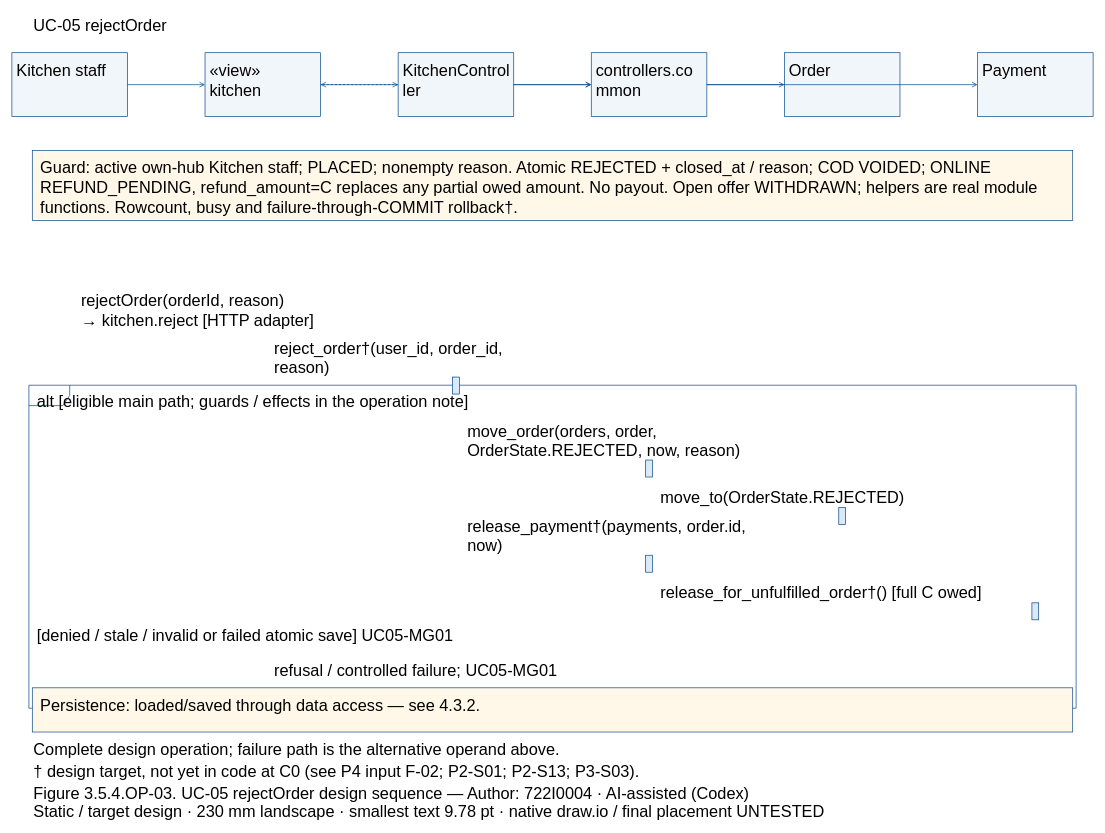
Dat071104/SaigonBite keeps this draw.io diagram as models/UC-05/seq_uc05_rejectOrder.drawio. Above is the earlier version. Source tidied: cells renumbered, new cells numbered last; positions are measured from the earlier drawing's top-left corner, leaving out a move shared by most shapes. Both pictures are drawn from the tidied source at 68%, with x=0, y=0 at pixel (12, 12).
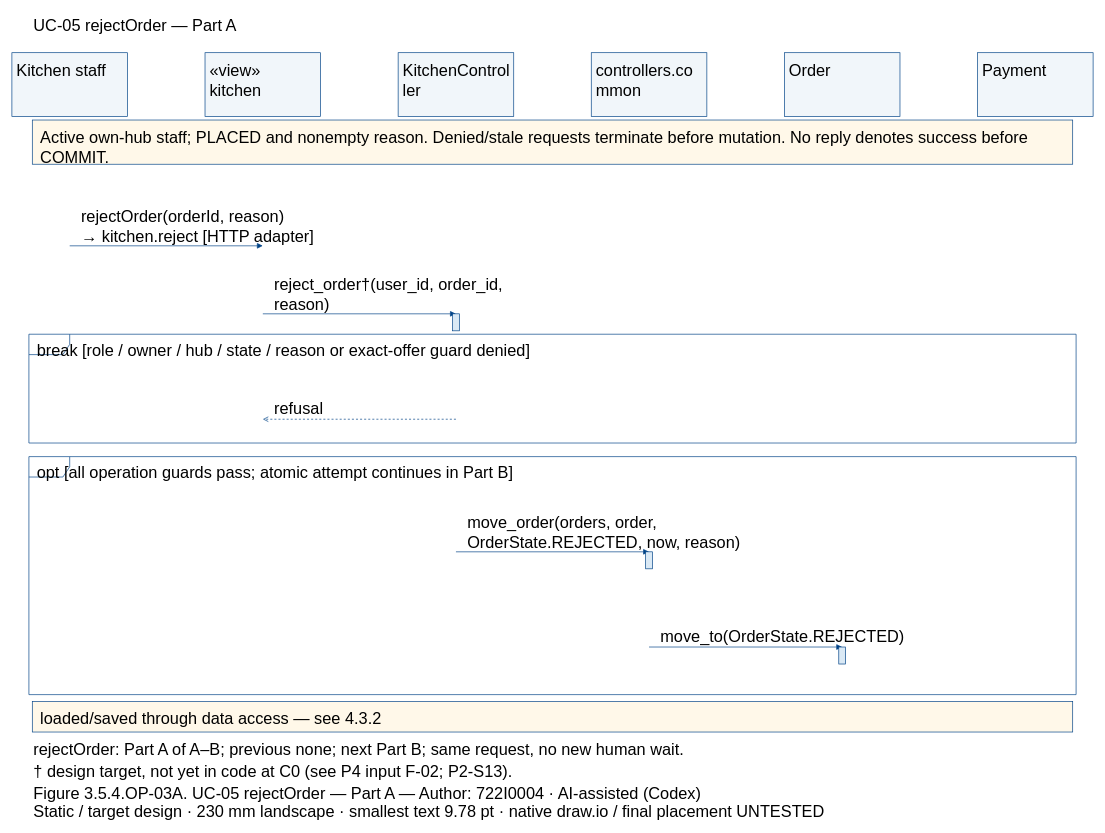
After the change.

The change refers to these unchanged cells:
```xml
<mxCell id="3" style="fillColor=#F1F6FA;strokeColor=#004387;fontFamily=Arial;fontSize=24;whiteSpace=wrap;html=0;" parent="1" vertex="1">
  <mxGeometry y="60" width="170" height="94" as="geometry" />
</mxCell>
<mxCell id="5" style="fillColor=#F1F6FA;strokeColor=#004387;fontFamily=Arial;fontSize=24;whiteSpace=wrap;html=0;" parent="1" vertex="1">
  <mxGeometry x="284" y="60" width="170" height="94" as="geometry" />
</mxCell>
<mxCell id="7" style="fillColor=#F1F6FA;strokeColor=#004387;fontFamily=Arial;fontSize=24;whiteSpace=wrap;html=0;" parent="1" vertex="1">
  <mxGeometry x="568" y="60" width="170" height="94" as="geometry" />
</mxCell>
<mxCell id="9" style="fillColor=#F1F6FA;strokeColor=#004387;fontFamily=Arial;fontSize=24;whiteSpace=wrap;html=0;" parent="1" vertex="1">
  <mxGeometry x="852" y="60" width="170" height="94" as="geometry" />
</mxCell>
<mxCell id="11" style="fillColor=#F1F6FA;strokeColor=#004387;fontFamily=Arial;fontSize=24;whiteSpace=wrap;html=0;" parent="1" vertex="1">
  <mxGeometry x="1136" y="60" width="170" height="94" as="geometry" />
</mxCell>
<mxCell id="13" style="fillColor=#F1F6FA;strokeColor=#004387;fontFamily=Arial;fontSize=24;whiteSpace=wrap;html=0;" parent="1" vertex="1">
  <mxGeometry x="1420" y="60" width="170" height="94" as="geometry" />
</mxCell>
```

Change to the diagram source:
```diff
@@
-    <mxCell id="2" value="UC-05 rejectOrder" style="text;align=left;verticalAlign=top;strokeColor=none;fillColor=none;fontFamily=Arial;fontSize=24;whiteSpace=wrap;html=0;" parent="1" vertex="1">
+    <mxCell id="2" value="UC-05 rejectOrder — Part A" style="text;align=left;verticalAlign=top;strokeColor=none;fillColor=none;fontFamily=Arial;fontSize=24;whiteSpace=wrap;html=0;" parent="1" vertex="1">
       <mxGeometry x="30" width="1530" height="32.2" as="geometry" />
     </mxCell>
@@
-    <mxCell id="15" style="fillColor=white;strokeColor=#004387;shape=umlFrame;fillColor=none;fontFamily=Arial;fontSize=24;whiteSpace=wrap;html=0;" parent="1" vertex="1">
-      <mxGeometry x="25" y="549" width="1540" height="475" as="geometry" />
-    </mxCell>
-    <mxCell id="16" value="alt [eligible main path; guards / effects in the operation note]" style="text;align=left;verticalAlign=top;strokeColor=none;fillColor=none;fontFamily=Arial;fontSize=24;whiteSpace=wrap;html=0;" parent="1" vertex="1">
-      <mxGeometry x="35" y="552" width="1520" height="27.6" as="geometry" />
-    </mxCell>
-    <mxCell id="17" value="[denied / stale / invalid or failed atomic save] UC05-MG01" style="text;align=left;verticalAlign=top;strokeColor=none;fillColor=none;fontFamily=Arial;fontSize=24;whiteSpace=wrap;html=0;" parent="1" vertex="1">
-      <mxGeometry x="35" y="897" width="1520" height="27.6" as="geometry" />
-    </mxCell>
-    <mxCell id="18" style="fillColor=#FFF8E9;strokeColor=#004387;fontFamily=Arial;fontSize=24;whiteSpace=wrap;html=0;" parent="1" vertex="1">
-      <mxGeometry x="30" y="204" width="1530" height="102.8" as="geometry" />
-    </mxCell>
-    <mxCell id="19" value="Guard: active own-hub Kitchen staff; PLACED; nonempty reason. Atomic REJECTED + closed_at / reason; COD VOIDED; ONLINE&#10;REFUND_PENDING, refund_amount=C replaces any partial owed amount. No payout. Open offer WITHDRAWN; helpers are real module&#10;functions. Rowcount, busy and failure-through-COMMIT rollback†." style="text;align=left;verticalAlign=top;strokeColor=none;fillColor=none;fontFamily=Arial;fontSize=24;whiteSpace=wrap;html=0;" parent="1" vertex="1">
-      <mxGeometry x="40" y="209" width="1510" height="82.8" as="geometry" />
-    </mxCell>
-    <mxCell id="20" style="fillColor=#FFF8E9;strokeColor=#004387;fontFamily=Arial;fontSize=24;whiteSpace=wrap;html=0;" parent="1" vertex="1">
-      <mxGeometry x="30" y="994" width="1530" height="65" as="geometry" />
-    </mxCell>
-    <mxCell id="21" value="Persistence: loaded/saved through data access — see 4.3.2." style="text;align=left;verticalAlign=top;strokeColor=none;fillColor=none;fontFamily=Arial;fontSize=24;whiteSpace=wrap;html=0;" parent="1" vertex="1">
-      <mxGeometry x="40" y="999" width="1510" height="27.6" as="geometry" />
-    </mxCell>
-    <mxCell id="22" style="edgeStyle=none;endArrow=open;strokeColor=#004387;" parent="1" edge="1" source="3" target="5">
-      <mxGeometry relative="1" as="geometry" />
-    </mxCell>
+    <mxCell id="45" style="fillColor=white;strokeColor=#004387;shape=umlFrame;fillColor=none;fontFamily=Arial;fontSize=24;whiteSpace=wrap;html=0;" parent="1" vertex="1">
+      <mxGeometry x="25" y="474" width="1540" height="160" as="geometry" />
+    </mxCell>
+    <mxCell id="46" value="break [role / owner / hub / state / reason or exact-offer guard denied]" style="text;align=left;verticalAlign=top;strokeColor=none;fillColor=none;fontFamily=Arial;fontSize=24;whiteSpace=wrap;html=0;" parent="1" vertex="1">
+      <mxGeometry x="35" y="477" width="1520" height="27.6" as="geometry" />
+    </mxCell>
+    <mxCell id="47" style="fillColor=white;strokeColor=#004387;shape=umlFrame;fillColor=none;fontFamily=Arial;fontSize=24;whiteSpace=wrap;html=0;" parent="1" vertex="1">
+      <mxGeometry x="25" y="654" width="1540" height="350" as="geometry" />
+    </mxCell>
+    <mxCell id="48" value="opt [all operation guards pass; atomic attempt continues in Part B]" style="text;align=left;verticalAlign=top;strokeColor=none;fillColor=none;fontFamily=Arial;fontSize=24;whiteSpace=wrap;html=0;" parent="1" vertex="1">
+      <mxGeometry x="35" y="657" width="1520" height="27.6" as="geometry" />
+    </mxCell>
+    <mxCell id="49" style="fillColor=#FFF8E9;strokeColor=#004387;fontFamily=Arial;fontSize=24;whiteSpace=wrap;html=0;" parent="1" vertex="1">
+      <mxGeometry x="30" y="159" width="1530" height="65" as="geometry" />
+    </mxCell>
+    <mxCell id="50" value="Active own-hub staff; PLACED and nonempty reason. Denied/stale requests terminate before mutation. No reply denotes success before&#10;COMMIT." style="text;align=left;verticalAlign=top;strokeColor=none;fillColor=none;fontFamily=Arial;fontSize=24;whiteSpace=wrap;html=0;" parent="1" vertex="1">
+      <mxGeometry x="40" y="164" width="1510" height="55.2" as="geometry" />
+    </mxCell>
+    <mxCell id="51" style="fillColor=#FFF8E9;strokeColor=#004387;fontFamily=Arial;fontSize=24;whiteSpace=wrap;html=0;" parent="1" vertex="1">
+      <mxGeometry x="30" y="1014" width="1530" height="45" as="geometry" />
+    </mxCell>
+    <mxCell id="52" value="loaded/saved through data access — see 4.3.2" style="text;align=left;verticalAlign=top;strokeColor=none;fillColor=none;fontFamily=Arial;fontSize=24;whiteSpace=wrap;html=0;" parent="1" vertex="1">
+      <mxGeometry x="40" y="1019" width="1510" height="27.6" as="geometry" />
+    </mxCell>
+    <mxCell id="53" style="opacity=0;strokeColor=none;fillColor=none;fontFamily=Arial;fontSize=24;whiteSpace=wrap;html=0;" parent="1" vertex="1">
+      <mxGeometry x="84.5" y="343.5" width="1" height="1" as="geometry" />
+    </mxCell>
+    <mxCell id="54" style="opacity=0;strokeColor=none;fillColor=none;fontFamily=Arial;fontSize=24;whiteSpace=wrap;html=0;" parent="1" vertex="1">
+      <mxGeometry x="368.5" y="343.5" width="1" height="1" as="geometry" />
+    </mxCell>
+    <mxCell id="55" style="edgeStyle=none;endArrow=block;endFill=1;strokeColor=#004387;exitX=0.5;exitY=0.5;exitPerimeter=0;entryX=0.5;entryY=0.5;entryPerimeter=0;" parent="1" edge="1" source="53" target="54">
+      <mxGeometry relative="1" as="geometry" />
+    </mxCell>
     <mxCell id="23" value="rejectOrder(orderId, reason)&#10;→ kitchen.reject [HTTP adapter]" style="text;align=left;verticalAlign=top;strokeColor=none;fillColor=none;fontFamily=Arial;fontSize=24;whiteSpace=wrap;html=0;" parent="1" vertex="1">
-      <mxGeometry x="100" y="403.8" width="420" height="55.2" as="geometry" />
+      <mxGeometry x="100" y="280.8" width="420" height="55.2" as="geometry" />
     </mxCell>
-    <mxCell id="24" style="edgeStyle=none;endArrow=open;strokeColor=#004387;" parent="1" edge="1" source="5" target="7">
-      <mxGeometry relative="1" as="geometry" />
-    </mxCell>
+    <mxCell id="56" style="opacity=0;strokeColor=none;fillColor=none;fontFamily=Arial;fontSize=24;whiteSpace=wrap;html=0;" parent="1" vertex="1">
+      <mxGeometry x="368.5" y="443.5" width="1" height="1" as="geometry" />
+    </mxCell>
+    <mxCell id="57" style="opacity=0;strokeColor=none;fillColor=none;fontFamily=Arial;fontSize=24;whiteSpace=wrap;html=0;" parent="1" vertex="1">
+      <mxGeometry x="652.5" y="443.5" width="1" height="1" as="geometry" />
+    </mxCell>
+    <mxCell id="58" style="edgeStyle=none;endArrow=block;endFill=1;strokeColor=#004387;exitX=0.5;exitY=0.5;exitPerimeter=0;entryX=0.5;entryY=0.5;entryPerimeter=0;" parent="1" edge="1" source="56" target="57">
+      <mxGeometry relative="1" as="geometry" />
+    </mxCell>
     <mxCell id="25" value="reject_order†(user_id, order_id,&#10;reason)" style="text;align=left;verticalAlign=top;strokeColor=none;fillColor=none;fontFamily=Arial;fontSize=24;whiteSpace=wrap;html=0;" parent="1" vertex="1">
-      <mxGeometry x="384" y="473.8" width="420" height="55.2" as="geometry" />
+      <mxGeometry x="384" y="380.8" width="420" height="55.2" as="geometry" />
     </mxCell>
-    <mxCell id="26" style="fillColor=#DAE9F5;strokeColor=#004387;fontFamily=Arial;fontSize=24;whiteSpace=wrap;html=0;" parent="1" vertex="1">
-      <mxGeometry x="648" y="537" width="10" height="25" as="geometry" />
-    </mxCell>
-    <mxCell id="27" style="edgeStyle=none;endArrow=open;strokeColor=#004387;" parent="1" edge="1" source="7" target="9">
-      <mxGeometry relative="1" as="geometry" />
-    </mxCell>
+    <mxCell id="59" style="fillColor=#DAE9F5;strokeColor=#004387;fontFamily=Arial;fontSize=24;whiteSpace=wrap;html=0;" parent="1" vertex="1">
+      <mxGeometry x="648" y="444" width="10" height="25" as="geometry" />
+    </mxCell>
+    <mxCell id="60" style="opacity=0;strokeColor=none;fillColor=none;fontFamily=Arial;fontSize=24;whiteSpace=wrap;html=0;" parent="1" vertex="1">
+      <mxGeometry x="652.5" y="598.5" width="1" height="1" as="geometry" />
+    </mxCell>
+    <mxCell id="61" style="opacity=0;strokeColor=none;fillColor=none;fontFamily=Arial;fontSize=24;whiteSpace=wrap;html=0;" parent="1" vertex="1">
+      <mxGeometry x="368.5" y="598.5" width="1" height="1" as="geometry" />
+    </mxCell>
+    <mxCell id="62" style="edgeStyle=none;endArrow=open;endFill=0;dashed=1;strokeColor=#004387;exitX=0.5;exitY=0.5;exitPerimeter=0;entryX=0.5;entryY=0.5;entryPerimeter=0;" parent="1" edge="1" source="60" target="61">
+      <mxGeometry relative="1" as="geometry" />
+    </mxCell>
+    <mxCell id="63" value="refusal" style="text;align=left;verticalAlign=top;strokeColor=none;fillColor=none;fontFamily=Arial;fontSize=24;whiteSpace=wrap;html=0;" parent="1" vertex="1">
+      <mxGeometry x="384" y="563.4" width="420" height="27.6" as="geometry" />
+    </mxCell>
+    <mxCell id="64" style="opacity=0;strokeColor=none;fillColor=none;fontFamily=Arial;fontSize=24;whiteSpace=wrap;html=0;" parent="1" vertex="1">
+      <mxGeometry x="652.5" y="793.5" width="1" height="1" as="geometry" />
+    </mxCell>
+    <mxCell id="65" style="opacity=0;strokeColor=none;fillColor=none;fontFamily=Arial;fontSize=24;whiteSpace=wrap;html=0;" parent="1" vertex="1">
+      <mxGeometry x="936.5" y="793.5" width="1" height="1" as="geometry" />
+    </mxCell>
+    <mxCell id="66" style="edgeStyle=none;endArrow=block;endFill=1;strokeColor=#004387;exitX=0.5;exitY=0.5;exitPerimeter=0;entryX=0.5;entryY=0.5;entryPerimeter=0;" parent="1" edge="1" source="64" target="65">
+      <mxGeometry relative="1" as="geometry" />
+    </mxCell>
     <mxCell id="28" value="move_order(orders, order,&#10;OrderState.REJECTED, now, reason)" style="text;align=left;verticalAlign=top;strokeColor=none;fillColor=none;fontFamily=Arial;fontSize=24;whiteSpace=wrap;html=0;" parent="1" vertex="1">
-      <mxGeometry x="668" y="595.8" width="420" height="55.2" as="geometry" />
+      <mxGeometry x="668" y="730.8" width="420" height="55.2" as="geometry" />
     </mxCell>
-    <mxCell id="29" style="fillColor=#DAE9F5;strokeColor=#004387;fontFamily=Arial;fontSize=24;whiteSpace=wrap;html=0;" parent="1" vertex="1">
-      <mxGeometry x="932" y="659" width="10" height="25" as="geometry" />
-    </mxCell>
-    <mxCell id="30" style="edgeStyle=none;endArrow=open;strokeColor=#004387;" parent="1" edge="1" source="9" target="11">
-      <mxGeometry relative="1" as="geometry" />
-    </mxCell>
+    <mxCell id="32" style="fillColor=#DAE9F5;strokeColor=#004387;fontFamily=Arial;fontSize=24;whiteSpace=wrap;html=0;" parent="1" vertex="1">
+      <mxGeometry x="932" y="794" width="10" height="25" as="geometry" />
+    </mxCell>
+    <mxCell id="67" style="opacity=0;strokeColor=none;fillColor=none;fontFamily=Arial;fontSize=24;whiteSpace=wrap;html=0;" parent="1" vertex="1">
+      <mxGeometry x="936.5" y="933.5" width="1" height="1" as="geometry" />
+    </mxCell>
+    <mxCell id="68" style="opacity=0;strokeColor=none;fillColor=none;fontFamily=Arial;fontSize=24;whiteSpace=wrap;html=0;" parent="1" vertex="1">
+      <mxGeometry x="1220.5" y="933.5" width="1" height="1" as="geometry" />
+    </mxCell>
+    <mxCell id="69" style="edgeStyle=none;endArrow=block;endFill=1;strokeColor=#004387;exitX=0.5;exitY=0.5;exitPerimeter=0;entryX=0.5;entryY=0.5;entryPerimeter=0;" parent="1" edge="1" source="67" target="68">
+      <mxGeometry relative="1" as="geometry" />
+    </mxCell>
     <mxCell id="31" value="move_to(OrderState.REJECTED)" style="text;align=left;verticalAlign=top;strokeColor=none;fillColor=none;fontFamily=Arial;fontSize=24;whiteSpace=wrap;html=0;" parent="1" vertex="1">
-      <mxGeometry x="952" y="693.4" width="420" height="27.6" as="geometry" />
+      <mxGeometry x="952" y="898.4" width="420" height="27.6" as="geometry" />
     </mxCell>
-    <mxCell id="32" style="fillColor=#DAE9F5;strokeColor=#004387;fontFamily=Arial;fontSize=24;whiteSpace=wrap;html=0;" parent="1" vertex="1">
-      <mxGeometry x="1216" y="729" width="10" height="25" as="geometry" />
-    </mxCell>
-    <mxCell id="33" style="edgeStyle=none;endArrow=open;strokeColor=#004387;" parent="1" edge="1" source="7" target="9">
-      <mxGeometry relative="1" as="geometry" />
-    </mxCell>
-    <mxCell id="34" value="release_payment†(payments, order.id,&#10;now)" style="text;align=left;verticalAlign=top;strokeColor=none;fillColor=none;fontFamily=Arial;fontSize=24;whiteSpace=wrap;html=0;" parent="1" vertex="1">
-      <mxGeometry x="668" y="735.8" width="420" height="55.2" as="geometry" />
-    </mxCell>
     <mxCell id="35" style="fillColor=#DAE9F5;strokeColor=#004387;fontFamily=Arial;fontSize=24;whiteSpace=wrap;html=0;" parent="1" vertex="1">
-      <mxGeometry x="932" y="799" width="10" height="25" as="geometry" />
+      <mxGeometry x="1216" y="934" width="10" height="25" as="geometry" />
     </mxCell>
-    <mxCell id="36" style="edgeStyle=none;endArrow=open;strokeColor=#004387;" parent="1" edge="1" source="9" target="13">
-      <mxGeometry relative="1" as="geometry" />
-    </mxCell>
+    <mxCell id="70" value="rejectOrder: Part A of A–B; previous none; next Part B; same request, no new human wait." style="text;align=left;verticalAlign=top;strokeColor=none;fillColor=none;fontFamily=Arial;fontSize=24;whiteSpace=wrap;html=0;" parent="1" vertex="1">
+      <mxGeometry x="30" y="1064" width="1530" height="27.6" as="geometry" />
+    </mxCell>
-    <mxCell id="37" value="release_for_unfulfilled_order†() [full C owed]" style="text;align=left;verticalAlign=top;strokeColor=none;fillColor=none;fontFamily=Arial;fontSize=24;whiteSpace=wrap;html=0;" parent="1" vertex="1">
-      <mxGeometry x="952" y="833.4" width="538" height="27.6" as="geometry" />
+    <mxCell id="37" value="† design target, not yet in code at C0 (see P4 input F-02; P2-S13)." style="text;align=left;verticalAlign=top;strokeColor=none;fillColor=none;fontFamily=Arial;fontSize=24;whiteSpace=wrap;html=0;" parent="1" vertex="1">
+      <mxGeometry x="30" y="1096" width="1530" height="27.6" as="geometry" />
     </mxCell>
-    <mxCell id="38" style="fillColor=#DAE9F5;strokeColor=#004387;fontFamily=Arial;fontSize=24;whiteSpace=wrap;html=0;" parent="1" vertex="1">
-      <mxGeometry x="1500" y="869" width="10" height="25" as="geometry" />
-    </mxCell>
-    <mxCell id="39" style="edgeStyle=none;endArrow=open;dashed=1;strokeColor=#004387;" parent="1" edge="1" source="7" target="5">
-      <mxGeometry relative="1" as="geometry" />
-    </mxCell>
-    <mxCell id="40" value="refusal / controlled failure; UC05-MG01" style="text;align=left;verticalAlign=top;strokeColor=none;fillColor=none;fontFamily=Arial;fontSize=24;whiteSpace=wrap;html=0;" parent="1" vertex="1">
-      <mxGeometry x="384" y="948.4" width="420" height="27.6" as="geometry" />
-    </mxCell>
-    <mxCell id="41" value="Complete design operation; failure path is the alternative operand above." style="text;align=left;verticalAlign=top;strokeColor=none;fillColor=none;fontFamily=Arial;fontSize=24;whiteSpace=wrap;html=0;" parent="1" vertex="1">
-      <mxGeometry x="30" y="1064" width="1530" height="27.6" as="geometry" />
-    </mxCell>
-    <mxCell id="42" value="† design target, not yet in code at C0 (see P4 input F-02; P2-S01; P2-S13; P3-S03)." style="text;align=left;verticalAlign=top;strokeColor=none;fillColor=none;fontFamily=Arial;fontSize=24;whiteSpace=wrap;html=0;" parent="1" vertex="1">
-      <mxGeometry x="30" y="1096" width="1530" height="27.6" as="geometry" />
-    </mxCell>
-    <mxCell id="43" value="Figure 3.5.4.OP-03. UC-05 rejectOrder design sequence — Author: 722I0004 · AI-assisted (Codex)" style="text;align=left;verticalAlign=top;strokeColor=none;fillColor=none;fontFamily=Arial;fontSize=24;whiteSpace=wrap;html=0;" parent="1" vertex="1">
-      <mxGeometry x="30" y="1129" width="1530" height="27.6" as="geometry" />
-    </mxCell>
+    <mxCell id="71" value="Figure 3.5.4.OP-03A. UC-05 rejectOrder — Part A — Author: 722I0004 · AI-assisted (Codex)" style="text;align=left;verticalAlign=top;strokeColor=none;fillColor=none;fontFamily=Arial;fontSize=24;whiteSpace=wrap;html=0;" parent="1" vertex="1">
+      <mxGeometry x="30" y="1129" width="1530" height="27.6" as="geometry" />
+    </mxCell>
```
